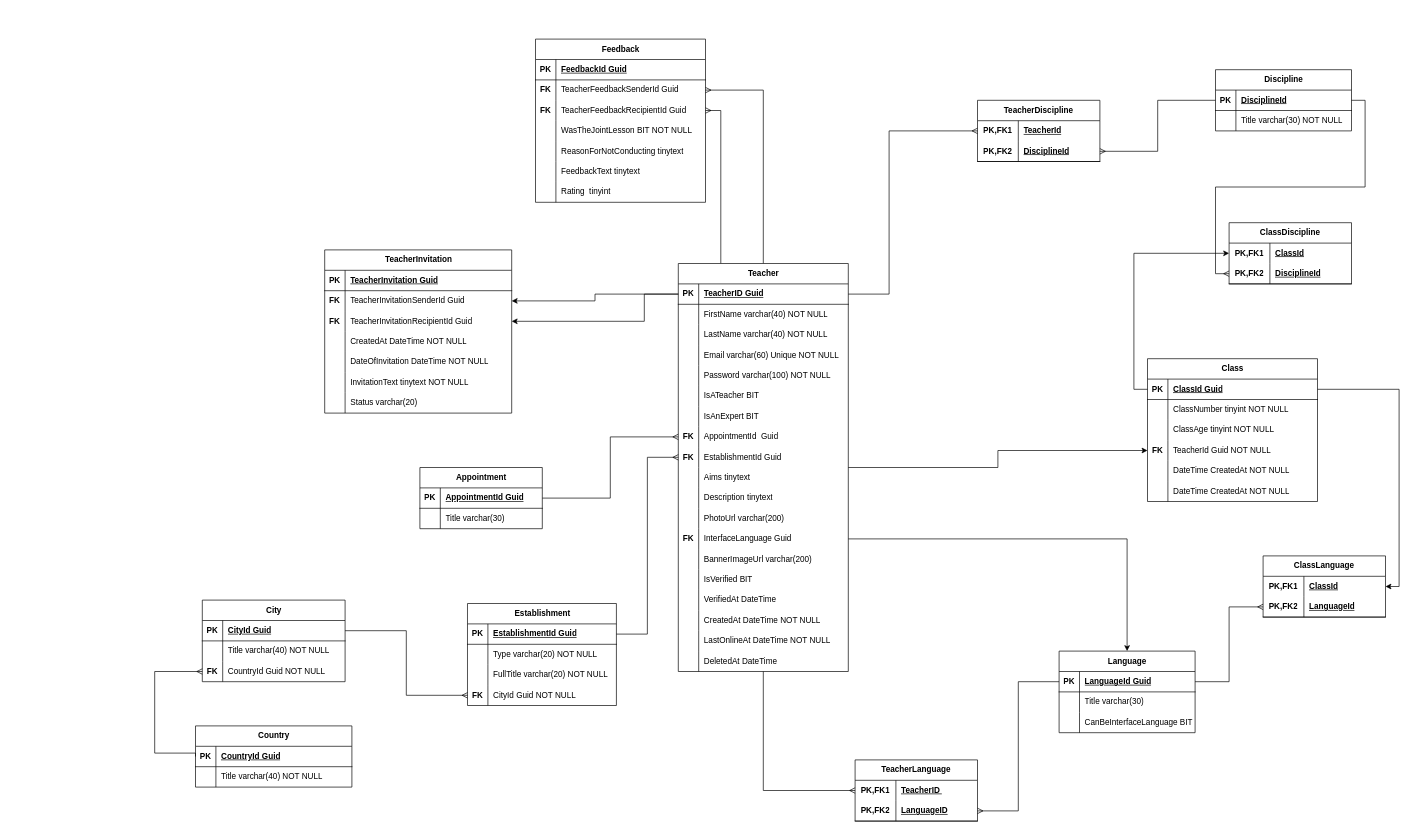
This is General provisions/диаграмма_сущностей.drawio from AlesBan/wonderworld, a draw.io file, before an edit. Source tidied: cells renumbered, new cells numbered last; positions are measured from the earlier drawing's top-left corner, leaving out a move shared by most shapes. Both pictures are drawn from the tidied source at 68%, with x=0, y=0 at pixel (154, 39).
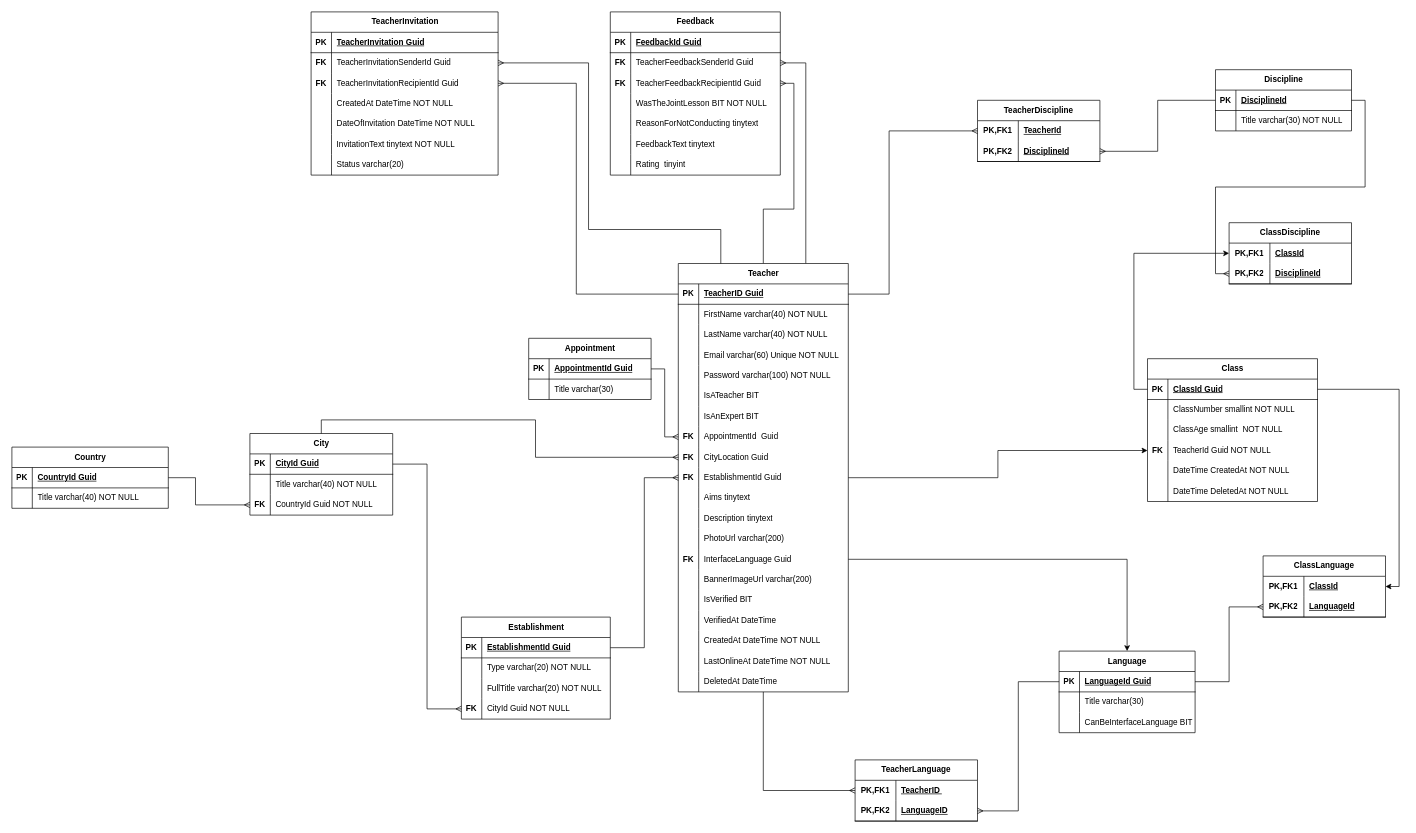
Above is the later version.

Commit message (it also covers changes not shown here):
add citylocation + configuration

Unchanged cells that the change refers to:
```xml
<mxCell id="7" style="shape=tableRow;horizontal=0;startSize=0;swimlaneHead=0;swimlaneBody=0;fillColor=none;points=[[0,0.5],[1,0.5]];portConstraint=eastwest;top=0;left=0;right=0;bottom=1;strokeWidth=1;" parent="6" vertex="1">
  <mxGeometry y="30" width="250" height="30" as="geometry" />
</mxCell>
<mxCell id="68" style="shape=tableRow;horizontal=0;startSize=0;swimlaneHead=0;swimlaneBody=0;fillColor=none;top=0;left=0;right=0;bottom=0;strokeWidth=1;" parent="64" vertex="1">
  <mxGeometry y="60" width="250" height="30" as="geometry" />
</mxCell>
<mxCell id="71" style="shape=tableRow;horizontal=0;startSize=0;swimlaneHead=0;swimlaneBody=0;fillColor=none;top=0;left=0;right=0;bottom=0;strokeWidth=1;" parent="64" vertex="1">
  <mxGeometry y="90" width="250" height="30" as="geometry" />
</mxCell>
<mxCell id="74" style="shape=tableRow;horizontal=0;startSize=0;swimlaneHead=0;swimlaneBody=0;fillColor=none;points=[[0,0.5],[1,0.5]];portConstraint=eastwest;top=0;left=0;right=0;bottom=0;strokeWidth=1;" parent="64" vertex="1">
  <mxGeometry y="120" width="250" height="30" as="geometry" />
</mxCell>
<mxCell id="80" style="shape=tableRow;horizontal=0;startSize=0;swimlaneHead=0;swimlaneBody=0;fillColor=none;top=0;left=0;right=0;bottom=0;strokeWidth=1;" parent="64" vertex="1">
  <mxGeometry y="180" width="250" height="30" as="geometry" />
</mxCell>
<mxCell id="103" style="shape=tableRow;horizontal=0;startSize=0;swimlaneHead=0;swimlaneBody=0;fillColor=none;points=[[0,0.5],[1,0.5]];portConstraint=eastwest;top=0;left=0;right=0;bottom=0;strokeWidth=1;" parent="96" vertex="1">
  <mxGeometry y="90" width="210" height="30" as="geometry" />
</mxCell>
<mxCell id="107" style="shape=tableRow;horizontal=0;startSize=0;swimlaneHead=0;swimlaneBody=0;fillColor=none;points=[[0,0.5],[1,0.5]];portConstraint=eastwest;top=0;left=0;right=0;bottom=1;strokeWidth=1;" parent="106" vertex="1">
  <mxGeometry y="30" width="230" height="30" as="geometry" />
</mxCell>
<mxCell id="178" style="shape=tableRow;horizontal=0;startSize=0;swimlaneHead=0;swimlaneBody=0;fillColor=none;points=[[0,0.5],[1,0.5]];portConstraint=eastwest;top=0;left=0;right=0;bottom=0;" parent="174" vertex="1">
  <mxGeometry y="60" width="250" height="30" as="geometry" />
</mxCell>
<mxCell id="181" style="shape=tableRow;horizontal=0;startSize=0;swimlaneHead=0;swimlaneBody=0;fillColor=none;points=[[0,0.5],[1,0.5]];portConstraint=eastwest;top=0;left=0;right=0;bottom=0;" parent="174" vertex="1">
  <mxGeometry y="90" width="250" height="30" as="geometry" />
</mxCell>
<mxCell id="200" style="shape=tableRow;horizontal=0;startSize=0;swimlaneHead=0;swimlaneBody=0;fillColor=none;points=[[0,0.5],[1,0.5]];portConstraint=eastwest;top=0;left=0;right=0;bottom=0;" parent="196" vertex="1">
  <mxGeometry y="60" width="275" height="30" as="geometry" />
</mxCell>
<mxCell id="203" style="shape=tableRow;horizontal=0;startSize=0;swimlaneHead=0;swimlaneBody=0;fillColor=none;points=[[0,0.5],[1,0.5]];portConstraint=eastwest;top=0;left=0;right=0;bottom=0;" parent="196" vertex="1">
  <mxGeometry y="90" width="275" height="30" as="geometry" />
</mxCell>
```

What changed in the source:
```diff
@@
+    <mxCell id="5" style="edgeStyle=orthogonalEdgeStyle;rounded=0;jettySize=auto;html=1;entryX=0;entryY=0.5;entryDx=0;entryDy=0;" parent="1" edge="1" source="6" target="74">
+      <mxGeometry relative="1" as="geometry" />
+    </mxCell>
-    <mxCell id="3" style="edgeStyle=orthogonalEdgeStyle;rounded=0;jettySize=auto;html=1;entryX=1;entryY=0.5;entryDx=0;entryDy=0;endArrow=ERmany;endFill=0;" parent="1" edge="1" source="6" target="178">
+    <mxCell id="3" style="edgeStyle=orthogonalEdgeStyle;rounded=0;jettySize=auto;html=1;exitX=0.75;exitY=0;exitDx=0;exitDy=0;entryX=1;entryY=0.5;entryDx=0;entryDy=0;endArrow=ERmany;endFill=0;" parent="1" edge="1" source="6" target="178">
       <mxGeometry relative="1" as="geometry" />
     </mxCell>
-    <mxCell id="4" style="edgeStyle=orthogonalEdgeStyle;rounded=0;jettySize=auto;html=1;exitX=0.25;exitY=0;exitDx=0;exitDy=0;entryX=1;entryY=0.5;entryDx=0;entryDy=0;endArrow=ERmany;endFill=0;" parent="1" edge="1" source="6" target="181">
-      <mxGeometry relative="1" as="geometry" />
+    <mxCell id="4" style="edgeStyle=orthogonalEdgeStyle;rounded=0;jettySize=auto;html=1;exitX=0.5;exitY=0;exitDx=0;exitDy=0;entryX=1;entryY=0.5;entryDx=0;entryDy=0;endArrow=ERmany;endFill=0;" parent="1" edge="1" source="6" target="181">
+      <mxGeometry relative="1" as="geometry">
+        <Array as="points">
+          <mxPoint x="895" y="250" />
+          <mxPoint x="940" y="250" />
+          <mxPoint x="940" y="65" />
+        </Array>
+      </mxGeometry>
     </mxCell>
-    <mxCell id="5" style="edgeStyle=orthogonalEdgeStyle;rounded=0;jettySize=auto;html=1;entryX=0;entryY=0.5;entryDx=0;entryDy=0;" parent="1" edge="1" source="6" target="74">
-      <mxGeometry relative="1" as="geometry" />
-    </mxCell>
     <mxCell id="6" value="Teacher" style="shape=table;startSize=30;childLayout=tableLayout;rowLines=0;fontStyle=1;align=center;html=1;strokeWidth=1;" parent="1" vertex="1">
-      <mxGeometry x="770" y="330" width="250" height="600" as="geometry" />
+      <mxGeometry x="770" y="330" width="250" height="630" as="geometry" />
     </mxCell>
@@
+    <mxCell id="223" style="shape=tableRow;horizontal=0;startSize=0;swimlaneHead=0;swimlaneBody=0;fillColor=none;points=[[0,0.5],[1,0.5]];portConstraint=eastwest;top=0;left=0;right=0;bottom=0;strokeWidth=1;" parent="6" vertex="1">
+      <mxGeometry y="270" width="250" height="30" as="geometry" />
+    </mxCell>
+    <mxCell id="224" value="FK" style="shape=partialRectangle;fillColor=none;top=0;left=0;bottom=0;right=0;overflow=hidden;whiteSpace=wrap;html=1;strokeWidth=1;fontStyle=1;" parent="223" vertex="1">
+      <mxGeometry width="30" height="30" as="geometry" />
+    </mxCell>
+    <mxCell id="225" value="CityLocation Guid" style="shape=partialRectangle;fillColor=none;top=0;left=0;bottom=0;right=0;align=left;spacingLeft=6;overflow=hidden;whiteSpace=wrap;html=1;strokeWidth=1;" parent="223" vertex="1">
+      <mxGeometry x="30" width="220" height="30" as="geometry" />
+    </mxCell>
     <mxCell id="31" style="shape=tableRow;horizontal=0;startSize=0;swimlaneHead=0;swimlaneBody=0;fillColor=none;points=[[0,0.5],[1,0.5]];portConstraint=eastwest;top=0;left=0;right=0;bottom=0;strokeWidth=1;" parent="6" vertex="1">
-      <mxGeometry y="270" width="250" height="30" as="geometry" />
+      <mxGeometry y="300" width="250" height="30" as="geometry" />
     </mxCell>
@@
     <mxCell id="34" style="shape=tableRow;horizontal=0;startSize=0;swimlaneHead=0;swimlaneBody=0;fillColor=none;top=0;left=0;right=0;bottom=0;strokeWidth=1;" parent="6" vertex="1">
-      <mxGeometry y="300" width="250" height="30" as="geometry" />
+      <mxGeometry y="330" width="250" height="30" as="geometry" />
     </mxCell>
@@
     <mxCell id="37" style="shape=tableRow;horizontal=0;startSize=0;swimlaneHead=0;swimlaneBody=0;fillColor=none;top=0;left=0;right=0;bottom=0;strokeWidth=1;" parent="6" vertex="1">
-      <mxGeometry y="330" width="250" height="30" as="geometry" />
+      <mxGeometry y="360" width="250" height="30" as="geometry" />
     </mxCell>
@@
     <mxCell id="40" style="shape=tableRow;horizontal=0;startSize=0;swimlaneHead=0;swimlaneBody=0;fillColor=none;top=0;left=0;right=0;bottom=0;strokeWidth=1;" parent="6" vertex="1">
-      <mxGeometry y="360" width="250" height="30" as="geometry" />
+      <mxGeometry y="390" width="250" height="30" as="geometry" />
     </mxCell>
@@
     <mxCell id="43" style="shape=tableRow;horizontal=0;startSize=0;swimlaneHead=0;swimlaneBody=0;fillColor=none;points=[[0,0.5],[1,0.5]];portConstraint=eastwest;top=0;left=0;right=0;bottom=0;strokeWidth=1;" parent="6" vertex="1">
-      <mxGeometry y="390" width="250" height="30" as="geometry" />
+      <mxGeometry y="420" width="250" height="30" as="geometry" />
     </mxCell>
@@
     <mxCell id="46" style="shape=tableRow;horizontal=0;startSize=0;swimlaneHead=0;swimlaneBody=0;fillColor=none;top=0;left=0;right=0;bottom=0;strokeWidth=1;" parent="6" vertex="1">
-      <mxGeometry y="420" width="250" height="30" as="geometry" />
+      <mxGeometry y="450" width="250" height="30" as="geometry" />
     </mxCell>
@@
     <mxCell id="49" style="shape=tableRow;horizontal=0;startSize=0;swimlaneHead=0;swimlaneBody=0;fillColor=none;top=0;left=0;right=0;bottom=0;strokeWidth=1;" parent="6" vertex="1">
-      <mxGeometry y="450" width="250" height="30" as="geometry" />
+      <mxGeometry y="480" width="250" height="30" as="geometry" />
     </mxCell>
@@
     <mxCell id="52" style="shape=tableRow;horizontal=0;startSize=0;swimlaneHead=0;swimlaneBody=0;fillColor=none;top=0;left=0;right=0;bottom=0;strokeWidth=1;" parent="6" vertex="1">
-      <mxGeometry y="480" width="250" height="30" as="geometry" />
+      <mxGeometry y="510" width="250" height="30" as="geometry" />
     </mxCell>
@@
     <mxCell id="55" style="shape=tableRow;horizontal=0;startSize=0;swimlaneHead=0;swimlaneBody=0;fillColor=none;top=0;left=0;right=0;bottom=0;strokeWidth=1;" parent="6" vertex="1">
-      <mxGeometry y="510" width="250" height="30" as="geometry" />
+      <mxGeometry y="540" width="250" height="30" as="geometry" />
     </mxCell>
@@
     <mxCell id="58" style="shape=tableRow;horizontal=0;startSize=0;swimlaneHead=0;swimlaneBody=0;fillColor=none;top=0;left=0;right=0;bottom=0;strokeWidth=1;" parent="6" vertex="1">
-      <mxGeometry y="540" width="250" height="30" as="geometry" />
+      <mxGeometry y="570" width="250" height="30" as="geometry" />
     </mxCell>
@@
     <mxCell id="61" style="shape=tableRow;horizontal=0;startSize=0;swimlaneHead=0;swimlaneBody=0;fillColor=none;top=0;left=0;right=0;bottom=0;strokeWidth=1;" parent="6" vertex="1">
-      <mxGeometry y="570" width="250" height="30" as="geometry" />
+      <mxGeometry y="600" width="250" height="30" as="geometry" />
     </mxCell>
@@
-    <mxCell id="70" value="ClassNumber tinyint NOT NULL" style="shape=partialRectangle;fillColor=none;top=0;left=0;bottom=0;right=0;align=left;spacingLeft=6;overflow=hidden;whiteSpace=wrap;html=1;strokeWidth=1;" parent="68" vertex="1">
+    <mxCell id="70" value="ClassNumber smallint NOT NULL" style="shape=partialRectangle;fillColor=none;top=0;left=0;bottom=0;right=0;align=left;spacingLeft=6;overflow=hidden;whiteSpace=wrap;html=1;strokeWidth=1;" parent="68" vertex="1">
       <mxGeometry x="30" width="220" height="30" as="geometry" />
     </mxCell>
@@
-    <mxCell id="73" value="ClassAge tinyint NOT NULL" style="shape=partialRectangle;fillColor=none;top=0;left=0;bottom=0;right=0;align=left;spacingLeft=6;overflow=hidden;whiteSpace=wrap;html=1;strokeWidth=1;" parent="71" vertex="1">
+    <mxCell id="73" value="ClassAge smallint&amp;nbsp;&amp;nbsp;NOT NULL" style="shape=partialRectangle;fillColor=none;top=0;left=0;bottom=0;right=0;align=left;spacingLeft=6;overflow=hidden;whiteSpace=wrap;html=1;strokeWidth=1;" parent="71" vertex="1">
       <mxGeometry x="30" width="220" height="30" as="geometry" />
     </mxCell>
@@
-    <mxCell id="82" value="DateTime CreatedAt NOT NULL" style="shape=partialRectangle;fillColor=none;top=0;left=0;bottom=0;right=0;align=left;spacingLeft=6;overflow=hidden;whiteSpace=wrap;html=1;strokeWidth=1;" parent="80" vertex="1">
+    <mxCell id="82" value="DateTime DeletedAt NOT NULL" style="shape=partialRectangle;fillColor=none;top=0;left=0;bottom=0;right=0;align=left;spacingLeft=6;overflow=hidden;whiteSpace=wrap;html=1;strokeWidth=1;" parent="80" vertex="1">
       <mxGeometry x="30" width="220" height="30" as="geometry" />
     </mxCell>
     <mxCell id="83" value="Establishment" style="shape=table;startSize=30;childLayout=tableLayout;rowLines=0;fontStyle=1;align=center;html=1;strokeWidth=1;" parent="1" vertex="1">
-      <mxGeometry x="460" y="830" width="219" height="150" as="geometry" />
+      <mxGeometry x="451" y="850" width="219" height="150" as="geometry" />
     </mxCell>
@@
     <mxCell id="96" value="City" style="shape=table;startSize=30;childLayout=tableLayout;rowLines=0;fontStyle=1;align=center;html=1;strokeWidth=1;" parent="1" vertex="1">
-      <mxGeometry x="70" y="825" width="210" height="120" as="geometry" />
+      <mxGeometry x="140" y="580" width="210" height="120" as="geometry" />
     </mxCell>
@@
     <mxCell id="106" value="Country" style="shape=table;startSize=30;childLayout=tableLayout;rowLines=0;fontStyle=1;align=center;html=1;strokeWidth=1;" parent="1" vertex="1">
-      <mxGeometry x="60" y="1010" width="230" height="90" as="geometry" />
+      <mxGeometry x="-210" y="600" width="230" height="90" as="geometry" />
     </mxCell>
@@
-    <mxCell id="113" style="edgeStyle=orthogonalEdgeStyle;rounded=0;jettySize=auto;html=1;entryX=0;entryY=0.5;entryDx=0;entryDy=0;endArrow=ERmany;endFill=0;strokeWidth=1;exitX=0;exitY=0.5;exitDx=0;exitDy=0;" parent="1" edge="1" source="107" target="103">
+    <mxCell id="113" style="edgeStyle=orthogonalEdgeStyle;rounded=0;jettySize=auto;html=1;entryX=0;entryY=0.5;entryDx=0;entryDy=0;endArrow=ERmany;endFill=0;strokeWidth=1;exitX=1;exitY=0.5;exitDx=0;exitDy=0;" parent="1" edge="1" source="107" target="103">
       <mxGeometry relative="1" as="geometry">
         <Array as="points">
-          <mxPoint x="60" y="1050" />
-          <mxPoint y="1050" />
-          <mxPoint y="930" />
+          <mxPoint x="60" y="645" />
+          <mxPoint x="60" y="685" />
         </Array>
       </mxGeometry>
     </mxCell>
@@
     <mxCell id="165" value="Appointment" style="shape=table;startSize=30;childLayout=tableLayout;rowLines=0;fontStyle=1;align=center;html=1;strokeWidth=1;" parent="1" vertex="1">
-      <mxGeometry x="390" y="630" width="180" height="90" as="geometry" />
+      <mxGeometry x="550" y="440" width="180" height="90" as="geometry" />
     </mxCell>
@@
     <mxCell id="174" value="Feedback" style="shape=table;startSize=30;childLayout=tableLayout;rowLines=0;fontStyle=1;align=center;html=1;" parent="1" vertex="1">
-      <mxGeometry x="560" width="250" height="240" as="geometry" />
+      <mxGeometry x="670" y="-40" width="250" height="240" as="geometry" />
     </mxCell>
@@
     <mxCell id="196" value="TeacherInvitation" style="shape=table;startSize=30;childLayout=tableLayout;rowLines=0;fontStyle=1;align=center;html=1;" parent="1" vertex="1">
-      <mxGeometry x="250" y="310" width="275" height="240" as="geometry" />
+      <mxGeometry x="230" y="-40" width="275" height="240" as="geometry" />
     </mxCell>
@@
-    <mxCell id="221" style="edgeStyle=orthogonalEdgeStyle;rounded=0;jettySize=auto;html=1;entryX=1;entryY=0.5;entryDx=0;entryDy=0;" parent="1" edge="1" source="7" target="200">
-      <mxGeometry relative="1" as="geometry" />
+    <mxCell id="221" style="edgeStyle=orthogonalEdgeStyle;rounded=0;jettySize=auto;html=1;entryX=1;entryY=0.5;entryDx=0;entryDy=0;endArrow=ERmany;endFill=0;exitX=0.25;exitY=0;exitDx=0;exitDy=0;" parent="1" edge="1" source="6" target="200">
+      <mxGeometry relative="1" as="geometry">
+        <Array as="points">
+          <mxPoint x="833" y="280" />
+          <mxPoint x="638" y="280" />
+          <mxPoint x="638" y="35" />
+        </Array>
+      </mxGeometry>
     </mxCell>
-    <mxCell id="222" style="edgeStyle=orthogonalEdgeStyle;rounded=0;jettySize=auto;html=1;exitX=0;exitY=0.5;exitDx=0;exitDy=0;entryX=1;entryY=0.5;entryDx=0;entryDy=0;" parent="1" edge="1" source="7" target="203">
+    <mxCell id="222" style="edgeStyle=orthogonalEdgeStyle;rounded=0;jettySize=auto;html=1;exitX=0;exitY=0.5;exitDx=0;exitDy=0;entryX=1;entryY=0.5;entryDx=0;entryDy=0;endArrow=ERmany;endFill=0;" parent="1" edge="1" source="7" target="203">
       <mxGeometry relative="1" as="geometry">
         <Array as="points">
-          <mxPoint x="720" y="375" />
-          <mxPoint x="720" y="415" />
+          <mxPoint x="620" y="375" />
+          <mxPoint x="620" y="65" />
         </Array>
       </mxGeometry>
     </mxCell>
+    <mxCell id="226" style="edgeStyle=orthogonalEdgeStyle;rounded=0;jettySize=auto;html=1;exitX=0;exitY=0.5;exitDx=0;exitDy=0;entryX=0.5;entryY=0;entryDx=0;entryDy=0;startArrow=ERmany;startFill=0;endArrow=none;endFill=0;" parent="1" edge="1" source="223" target="96">
+      <mxGeometry relative="1" as="geometry" />
+    </mxCell>
```
